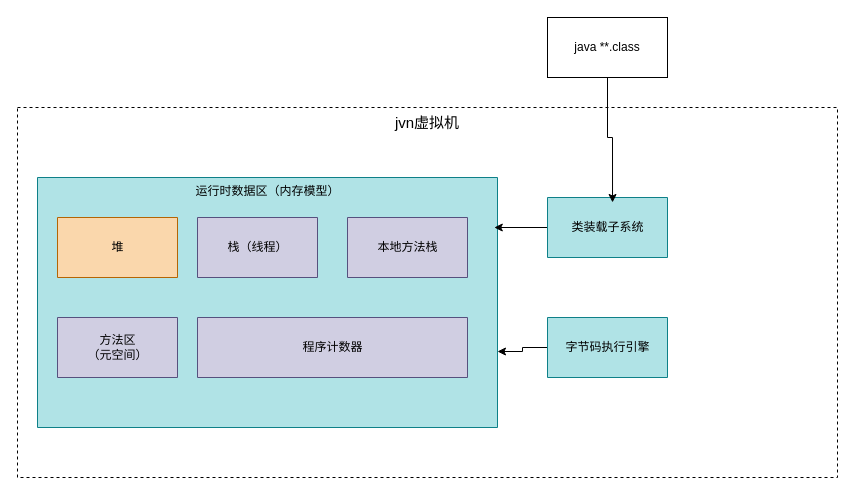
Before: jvm结构1.drawio in qiuzhenjie/chart, a draw.io diagram. Source tidied: cells renumbered, new cells numbered last; positions are measured from the earlier drawing's top-left corner, leaving out a move shared by most shapes. Both pictures are drawn from the tidied source at 100%, with x=0, y=0 at pixel (17, 17).
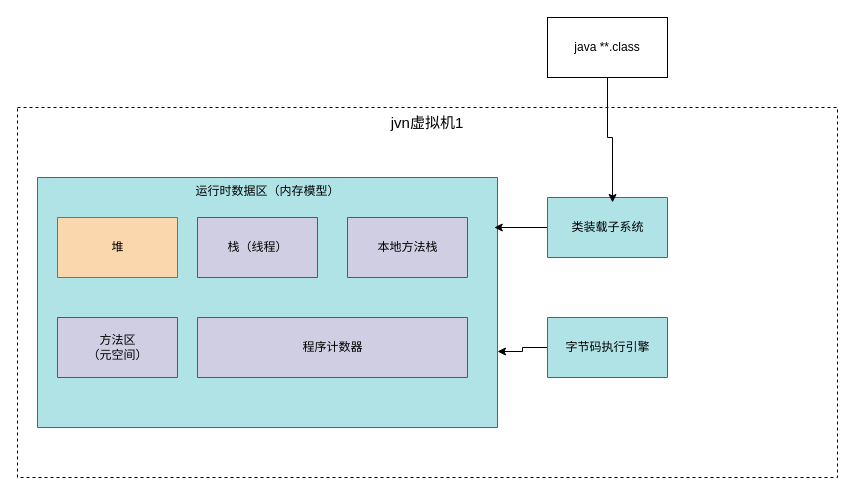
After the change.

What changed in the source:
```diff
@@
 <mxGraphModel>
   <root>
     <mxCell id="0" />
     <mxCell id="1" parent="0" />
-    <mxCell id="2" value="&lt;font style=&quot;font-size: 15px&quot;&gt;jvn虚拟机&lt;/font&gt;" style="rounded=0;whiteSpace=wrap;html=1;dashed=1;align=center;verticalAlign=top;" parent="1" vertex="1">
+    <mxCell id="2" value="&lt;font style=&quot;font-size: 15px&quot;&gt;jvn虚拟机1&lt;/font&gt;" style="rounded=0;whiteSpace=wrap;html=1;dashed=1;align=center;verticalAlign=top;" parent="1" vertex="1">
       <mxGeometry y="90" width="820" height="370" as="geometry" />
     </mxCell>
     <mxCell id="3" value="&lt;div align=&quot;center&quot;&gt;运行时数据区（内存模型）&lt;br&gt;&lt;/div&gt;" style="verticalLabelPosition=middle;verticalAlign=top;html=1;shape=mxgraph.basic.rect;fillColor2=none;strokeWidth=1;size=20;indent=5;align=center;labelPosition=center;labelBackgroundColor=none;spacingTop=0;fillColor=#b0e3e6;strokeColor=#0e8088;" parent="1" vertex="1">
       <mxGeometry x="20" y="160" width="460" height="250" as="geometry" />
     </mxCell>
     <mxCell id="4" value="堆" style="verticalLabelPosition=middle;verticalAlign=middle;html=1;shape=mxgraph.basic.rect;fillColor2=none;strokeWidth=1;size=20;indent=5;align=center;labelPosition=center;horizontal=1;fillColor=#fad7ac;strokeColor=#b46504;" parent="1" vertex="1">
       <mxGeometry x="40" y="200" width="120" height="60" as="geometry" />
     </mxCell>
     <mxCell id="5" value="栈（线程）" style="verticalLabelPosition=middle;verticalAlign=middle;html=1;shape=mxgraph.basic.rect;fillColor2=none;strokeWidth=1;size=20;indent=5;align=center;labelPosition=center;fillColor=#d0cee2;strokeColor=#56517e;" parent="1" vertex="1">
       <mxGeometry x="180" y="200" width="120" height="60" as="geometry" />
     </mxCell>
     <mxCell id="6" value="本地方法栈" style="verticalLabelPosition=middle;verticalAlign=middle;html=1;shape=mxgraph.basic.rect;fillColor2=none;strokeWidth=1;size=20;indent=5;align=center;labelPosition=center;fillColor=#d0cee2;strokeColor=#56517e;" parent="1" vertex="1">
       <mxGeometry x="330" y="200" width="120" height="60" as="geometry" />
     </mxCell>
     <mxCell id="7" value="&lt;div&gt;方法区&lt;/div&gt;&lt;div&gt;（元空间）&lt;br&gt;&lt;/div&gt;" style="verticalLabelPosition=middle;verticalAlign=middle;html=1;shape=mxgraph.basic.rect;fillColor2=none;strokeWidth=1;size=20;indent=5;align=center;labelPosition=center;fillColor=#d0cee2;strokeColor=#56517e;" parent="1" vertex="1">
       <mxGeometry x="40" y="300" width="120" height="60" as="geometry" />
     </mxCell>
     <mxCell id="8" value="程序计数器" style="verticalLabelPosition=middle;verticalAlign=middle;html=1;shape=mxgraph.basic.rect;fillColor2=none;strokeWidth=1;size=20;indent=5;align=center;labelPosition=center;fillColor=#d0cee2;strokeColor=#56517e;" parent="1" vertex="1">
       <mxGeometry x="180" y="300" width="270" height="60" as="geometry" />
     </mxCell>
     <mxCell id="9" style="edgeStyle=orthogonalEdgeStyle;rounded=0;jettySize=auto;html=1;entryX=0.993;entryY=0.2;entryDx=0;entryDy=0;entryPerimeter=0;fontColor=#000000;" parent="1" edge="1" source="10" target="3">
       <mxGeometry relative="1" as="geometry" />
     </mxCell>
     <mxCell id="10" value="类装载子系统" style="verticalLabelPosition=middle;verticalAlign=middle;html=1;shape=mxgraph.basic.rect;fillColor2=none;strokeWidth=1;size=20;indent=5;labelBackgroundColor=none;align=center;labelPosition=center;fillColor=#b0e3e6;strokeColor=#0e8088;" parent="1" vertex="1">
       <mxGeometry x="530" y="180" width="120" height="60" as="geometry" />
     </mxCell>
     <mxCell id="11" style="edgeStyle=orthogonalEdgeStyle;rounded=0;jettySize=auto;html=1;entryX=1;entryY=0.696;entryDx=0;entryDy=0;entryPerimeter=0;fontColor=#000000;" parent="1" edge="1" source="12" target="3">
       <mxGeometry relative="1" as="geometry" />
     </mxCell>
     <mxCell id="12" value="字节码执行引擎" style="verticalLabelPosition=middle;verticalAlign=middle;html=1;shape=mxgraph.basic.rect;fillColor2=none;strokeWidth=1;size=20;indent=5;labelBackgroundColor=none;align=center;labelPosition=center;fillColor=#b0e3e6;strokeColor=#0e8088;" parent="1" vertex="1">
       <mxGeometry x="530" y="300" width="120" height="60" as="geometry" />
     </mxCell>
     <mxCell id="13" style="edgeStyle=orthogonalEdgeStyle;rounded=0;jettySize=auto;html=1;entryX=0.542;entryY=0.083;entryDx=0;entryDy=0;entryPerimeter=0;fontColor=#000000;" parent="1" edge="1" source="14" target="10">
       <mxGeometry relative="1" as="geometry" />
     </mxCell>
     <mxCell id="14" value="java **.class" style="rounded=0;whiteSpace=wrap;html=1;labelBackgroundColor=none;fontColor=#000000;align=center;" parent="1" vertex="1">
       <mxGeometry x="530" width="120" height="60" as="geometry" />
     </mxCell>
   </root>
 </mxGraphModel>
```
